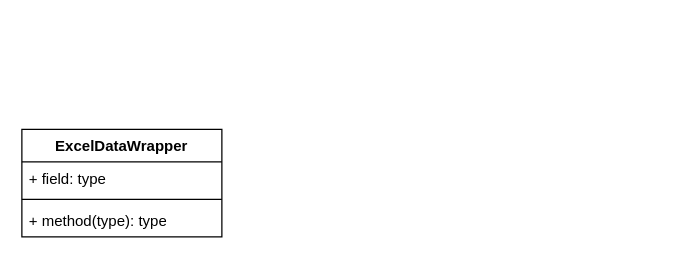
Above: design/architecture.drawio in YaolinGe/OD (draw.io), before the change. Source tidied: cells renumbered, new cells numbered last; positions are measured from the earlier drawing's top-left corner, leaving out a move shared by most shapes. Both pictures are drawn from the tidied source at 125%, with x=0, y=0 at pixel (21, 129).
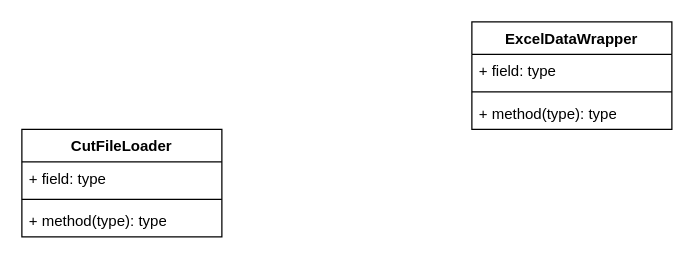
After the change.

What changed in the source:
```diff
@@
 <mxGraphModel>
   <root>
     <mxCell id="0" />
     <mxCell id="1" parent="0" />
-    <mxCell id="2" value="ExcelDataWrapper" style="swimlane;fontStyle=1;align=center;verticalAlign=top;horizontal=1;startSize=26;whiteSpace=wrap;html=1;" parent="1" vertex="1">
+    <mxCell id="2" value="CutFileLoader&lt;br&gt;" style="swimlane;fontStyle=1;align=center;verticalAlign=top;horizontal=1;startSize=26;whiteSpace=wrap;html=1;" parent="1" vertex="1">
       <mxGeometry width="160" height="86" as="geometry" />
     </mxCell>
     <mxCell id="3" value="+ field: type" style="text;strokeColor=none;fillColor=none;align=left;verticalAlign=top;spacingLeft=4;spacingRight=4;overflow=hidden;whiteSpace=wrap;html=1;" parent="2" vertex="1">
       <mxGeometry y="26" width="160" height="26" as="geometry" />
     </mxCell>
     <mxCell id="4" style="line;strokeWidth=1;fillColor=none;align=left;verticalAlign=middle;spacingTop=-1;spacingLeft=3;spacingRight=3;labelPosition=right;strokeColor=inherit;" parent="2" vertex="1">
       <mxGeometry y="52" width="160" height="8" as="geometry" />
     </mxCell>
     <mxCell id="5" value="+ method(type): type" style="text;strokeColor=none;fillColor=none;align=left;verticalAlign=top;spacingLeft=4;spacingRight=4;overflow=hidden;whiteSpace=wrap;html=1;" parent="2" vertex="1">
       <mxGeometry y="60" width="160" height="26" as="geometry" />
     </mxCell>
+    <mxCell id="6" value="ExcelDataWrapper" style="swimlane;fontStyle=1;align=center;verticalAlign=top;horizontal=1;startSize=26;whiteSpace=wrap;html=1;" parent="1" vertex="1">
+      <mxGeometry x="360" y="-86" width="160" height="86" as="geometry" />
+    </mxCell>
+    <mxCell id="7" value="+ field: type" style="text;strokeColor=none;fillColor=none;align=left;verticalAlign=top;spacingLeft=4;spacingRight=4;overflow=hidden;whiteSpace=wrap;html=1;" parent="6" vertex="1">
+      <mxGeometry y="26" width="160" height="26" as="geometry" />
+    </mxCell>
+    <mxCell id="8" style="line;strokeWidth=1;fillColor=none;align=left;verticalAlign=middle;spacingTop=-1;spacingLeft=3;spacingRight=3;labelPosition=right;strokeColor=inherit;" parent="6" vertex="1">
+      <mxGeometry y="52" width="160" height="8" as="geometry" />
+    </mxCell>
+    <mxCell id="9" value="+ method(type): type" style="text;strokeColor=none;fillColor=none;align=left;verticalAlign=top;spacingLeft=4;spacingRight=4;overflow=hidden;whiteSpace=wrap;html=1;" parent="6" vertex="1">
+      <mxGeometry y="60" width="160" height="26" as="geometry" />
+    </mxCell>
   </root>
 </mxGraphModel>
```
